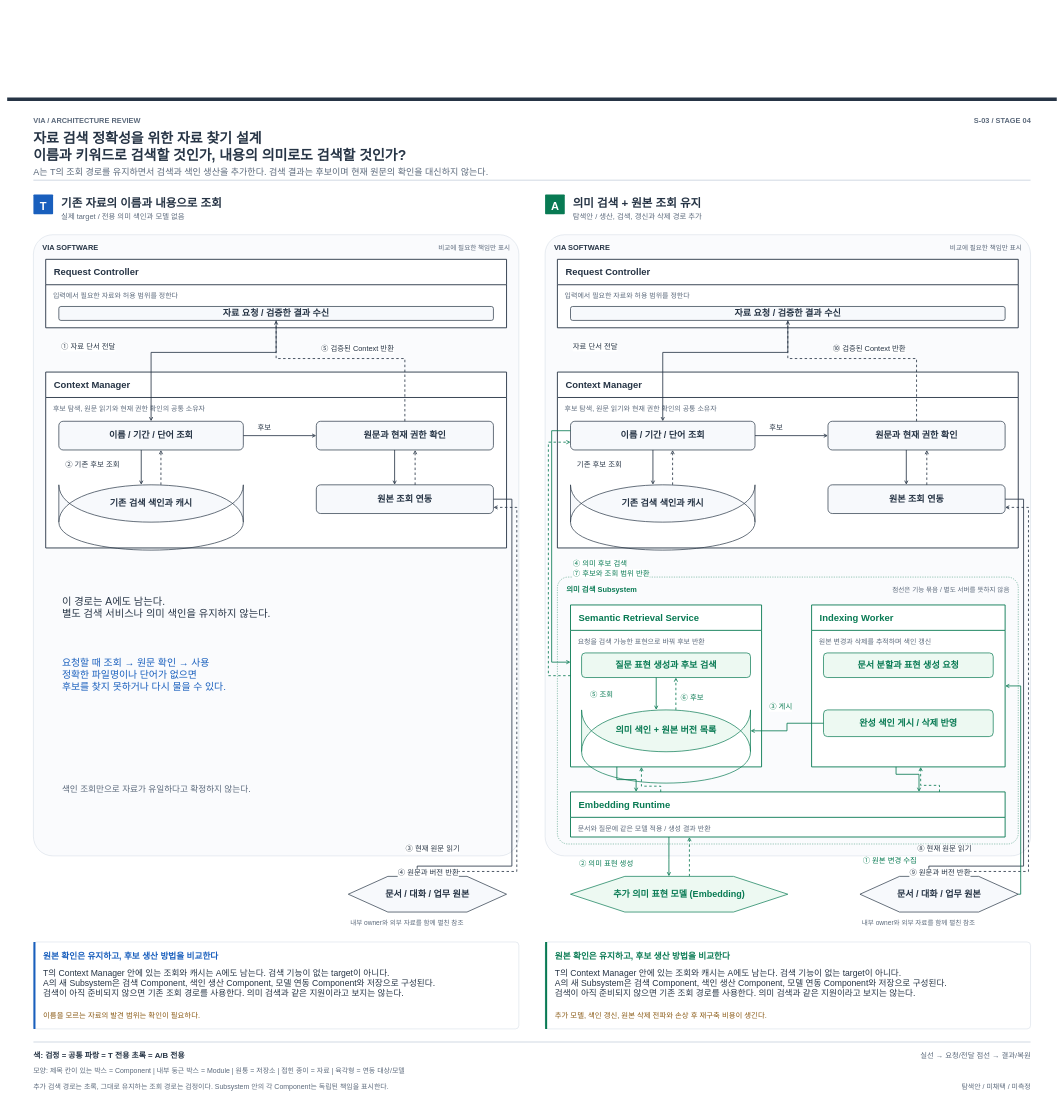
cbyche/via-sw-architecture keeps this draw.io diagram as docs/architecture/12-decisions/decision-packages/diagrams/stage4-s03-comparison.drawio. Above is the earlier version. Source tidied: cells renumbered, new cells numbered last; positions are measured from the earlier drawing's top-left corner, leaving out a move shared by most shapes. Both pictures are drawn from the tidied source at 41%, with x=0, y=0 at pixel (7, 97).
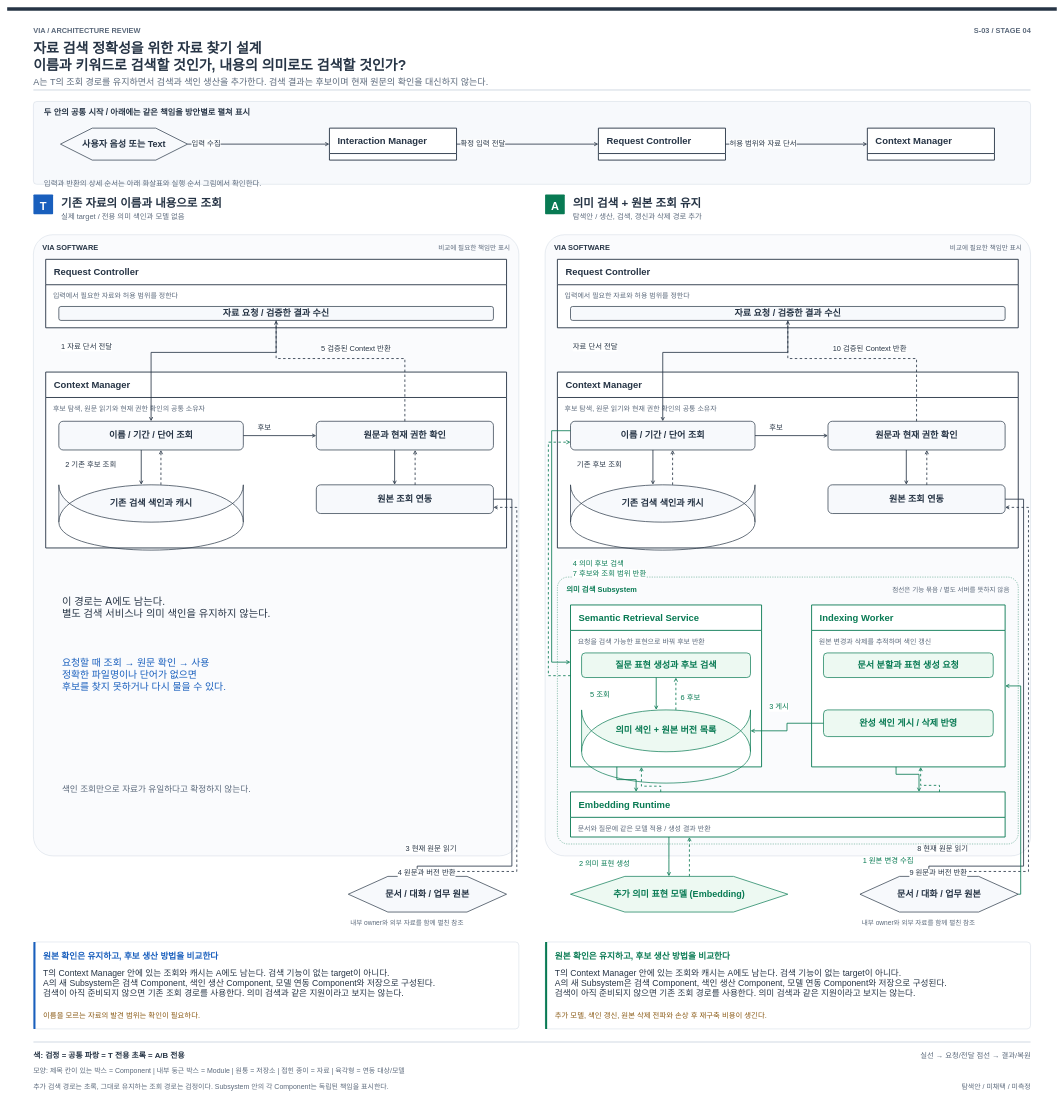
The same page after the edit.

What changed in the source:
```diff
@@
     <mxCell id="2" style="rounded=1;arcSize=4;fillColor=#263445;strokeColor=none;" parent="1" vertex="1">
-      <mxGeometry width="2560" height="9" as="geometry" />
+      <mxGeometry y="-220" width="2560" height="9" as="geometry" />
     </mxCell>
@@
+    <mxCell id="126" style="rounded=1;arcSize=4;fillColor=#F7F9FC;strokeColor=#C7D1DD;" parent="1" vertex="1">
+      <mxGeometry x="64" y="10" width="2432" height="202" as="geometry" />
+    </mxCell>
@@
+    <mxCell id="127" value="Interaction Manager" style="swimlane;html=1;startSize=62;horizontal=1;align=left;spacingLeft=18;fontSize=23;fontStyle=1;fillColor=white;swimlaneFillColor=white;strokeColor=#263445;fontColor=#263445;strokeWidth=2.2;" parent="1" vertex="1">
+      <mxGeometry x="786" y="75" width="310" height="78" as="geometry" />
+    </mxCell>
+    <mxCell id="128" value="Request Controller" style="swimlane;html=1;startSize=62;horizontal=1;align=left;spacingLeft=18;fontSize=23;fontStyle=1;fillColor=white;swimlaneFillColor=white;strokeColor=#263445;fontColor=#263445;strokeWidth=2.2;" parent="1" vertex="1">
+      <mxGeometry x="1442" y="75" width="310" height="78" as="geometry" />
+    </mxCell>
+    <mxCell id="129" value="Context Manager" style="swimlane;html=1;startSize=62;horizontal=1;align=left;spacingLeft=18;fontSize=23;fontStyle=1;fillColor=white;swimlaneFillColor=white;strokeColor=#263445;fontColor=#263445;strokeWidth=2.2;" parent="1" vertex="1">
+      <mxGeometry x="2098" y="75" width="310" height="78" as="geometry" />
+    </mxCell>
     <mxCell id="26" style="edgeStyle=none;rounded=0;strokeColor=#C7D1DD;strokeWidth=2;endArrow=none;endFill=0;" parent="1" edge="1">
       <mxGeometry relative="1" as="geometry">
-        <mxPoint x="64" y="202" as="sourcePoint" />
-        <mxPoint x="2496" y="202" as="targetPoint" />
+        <mxPoint x="64" y="-18" as="sourcePoint" />
+        <mxPoint x="2496" y="-18" as="targetPoint" />
       </mxGeometry>
     </mxCell>
@@
+    <mxCell id="130" style="edgeStyle=none;rounded=0;strokeColor=#263445;strokeWidth=2;endArrow=open;endFill=0;exitX=1.0;exitY=0.5;exitPerimeter=0;entryX=0.0;entryY=0.5;entryPerimeter=0;" parent="1" edge="1" source="133" target="127">
+      <mxGeometry relative="1" as="geometry" />
+    </mxCell>
+    <mxCell id="131" style="edgeStyle=none;rounded=0;strokeColor=#263445;strokeWidth=2;endArrow=open;endFill=0;exitX=1.0;exitY=0.5;exitPerimeter=0;entryX=0.0;entryY=0.5;entryPerimeter=0;" parent="1" edge="1" source="127" target="128">
+      <mxGeometry relative="1" as="geometry" />
+    </mxCell>
+    <mxCell id="132" style="edgeStyle=none;rounded=0;strokeColor=#263445;strokeWidth=2;endArrow=open;endFill=0;exitX=1.0;exitY=0.5;exitPerimeter=0;entryX=0.0;entryY=0.5;entryPerimeter=0;" parent="1" edge="1" source="128" target="129">
+      <mxGeometry relative="1" as="geometry" />
+    </mxCell>
@@
+    <mxCell id="133" value="사용자 음성 또는 Text" style="shape=hexagon;html=1;whiteSpace=wrap;align=center;verticalAlign=middle;fontSize=22;fontStyle=1;fillColor=#F7F9FC;strokeColor=#263445;fontColor=#263445;strokeWidth=1.7;" parent="1" vertex="1">
+      <mxGeometry x="130" y="75" width="310" height="78" as="geometry" />
+    </mxCell>
     <mxCell id="75" value="VIA  /  ARCHITECTURE REVIEW" style="text;html=1;whiteSpace=nowrap;overflow=visible;strokeColor=none;fillColor=none;labelBackgroundColor=none;fontColor=#5B697B;fontSize=18;fontStyle=1;align=left;verticalAlign=top;spacing=0;" parent="1" vertex="1">
-      <mxGeometry x="64" y="42" width="309.3" height="30.3" as="geometry" />
+      <mxGeometry x="64" y="-178" width="309.3" height="30.3" as="geometry" />
     </mxCell>
     <mxCell id="76" value="S-03  /  STAGE 04" style="text;html=1;whiteSpace=nowrap;overflow=visible;strokeColor=none;fillColor=none;labelBackgroundColor=none;fontColor=#5B697B;fontSize=18;fontStyle=1;align=right;verticalAlign=top;spacing=0;" parent="1" vertex="1">
-      <mxGeometry x="2298.3" y="42" width="197.7" height="30.3" as="geometry" />
+      <mxGeometry x="2298.3" y="-178" width="197.7" height="30.3" as="geometry" />
     </mxCell>
     <mxCell id="77" value="자료 검색 정확성을 위한 자료 찾기 설계&lt;br&gt;이름과 키워드로 검색할 것인가, 내용의 의미로도 검색할 것인가?" style="text;html=1;whiteSpace=nowrap;overflow=visible;strokeColor=none;fillColor=none;labelBackgroundColor=none;fontColor=#263445;fontSize=34;fontStyle=1;align=left;verticalAlign=top;spacing=0;" parent="1" vertex="1">
-      <mxGeometry x="64" y="75" width="1081.7" height="94" as="geometry" />
+      <mxGeometry x="64" y="-145" width="1081.7" height="94" as="geometry" />
     </mxCell>
     <mxCell id="78" value="A는 T의 조회 경로를 유지하면서 검색과 색인 생산을 추가한다. 검색 결과는 후보이며 현재 원문의 확인을 대신하지 않는다." style="text;html=1;whiteSpace=nowrap;overflow=visible;strokeColor=none;fillColor=none;labelBackgroundColor=none;fontColor=#5B697B;fontSize=22;fontStyle=0;align=left;verticalAlign=top;spacing=0;" parent="1" vertex="1">
-      <mxGeometry x="64" y="166" width="1336.8" height="35.7" as="geometry" />
+      <mxGeometry x="64" y="-54" width="1336.8" height="35.7" as="geometry" />
     </mxCell>
@@
-    <mxCell id="84" value="① 자료 단서 전달" style="text;html=1;whiteSpace=nowrap;overflow=visible;strokeColor=none;fillColor=none;labelBackgroundColor=white;fontColor=#263445;fontSize=18;fontStyle=0;align=left;verticalAlign=top;spacing=0;" parent="1" vertex="1">
+    <mxCell id="84" value="1 자료 단서 전달" style="text;html=1;whiteSpace=nowrap;overflow=visible;strokeColor=none;fillColor=none;labelBackgroundColor=white;fontColor=#263445;fontSize=18;fontStyle=0;align=left;verticalAlign=top;spacing=0;" parent="1" vertex="1">
       <mxGeometry x="132" y="593" width="160.6" height="30.3" as="geometry" />
     </mxCell>
-    <mxCell id="85" value="⑤ 검증된 Context 반환" style="text;html=1;whiteSpace=nowrap;overflow=visible;strokeColor=none;fillColor=none;labelBackgroundColor=white;fontColor=#263445;fontSize=18;fontStyle=0;align=left;verticalAlign=top;spacing=0;" parent="1" vertex="1">
+    <mxCell id="85" value="5 검증된 Context 반환" style="text;html=1;whiteSpace=nowrap;overflow=visible;strokeColor=none;fillColor=none;labelBackgroundColor=white;fontColor=#263445;fontSize=18;fontStyle=0;align=left;verticalAlign=top;spacing=0;" parent="1" vertex="1">
       <mxGeometry x="766" y="599" width="220.8" height="30.3" as="geometry" />
     </mxCell>
-    <mxCell id="86" value="② 기존 후보 조회" style="text;html=1;whiteSpace=nowrap;overflow=visible;strokeColor=none;fillColor=none;labelBackgroundColor=white;fontColor=#263445;fontSize=18;fontStyle=0;align=left;verticalAlign=top;spacing=0;" parent="1" vertex="1">
+    <mxCell id="86" value="2 기존 후보 조회" style="text;html=1;whiteSpace=nowrap;overflow=visible;strokeColor=none;fillColor=none;labelBackgroundColor=white;fontColor=#263445;fontSize=18;fontStyle=0;align=left;verticalAlign=top;spacing=0;" parent="1" vertex="1">
       <mxGeometry x="142" y="880" width="160.6" height="30.3" as="geometry" />
     </mxCell>
@@
-    <mxCell id="88" value="③ 현재 원문 읽기" style="text;html=1;whiteSpace=nowrap;overflow=visible;strokeColor=none;fillColor=none;labelBackgroundColor=white;fontColor=#263445;fontSize=18;fontStyle=0;align=left;verticalAlign=top;spacing=0;" parent="1" vertex="1">
+    <mxCell id="88" value="3 현재 원문 읽기" style="text;html=1;whiteSpace=nowrap;overflow=visible;strokeColor=none;fillColor=none;labelBackgroundColor=white;fontColor=#263445;fontSize=18;fontStyle=0;align=left;verticalAlign=top;spacing=0;" parent="1" vertex="1">
       <mxGeometry x="972" y="1818" width="160.6" height="30.3" as="geometry" />
     </mxCell>
-    <mxCell id="89" value="④ 원문과 버전 반환" style="text;html=1;whiteSpace=nowrap;overflow=visible;strokeColor=none;fillColor=none;labelBackgroundColor=white;fontColor=#263445;fontSize=18;fontStyle=0;align=left;verticalAlign=top;spacing=0;" parent="1" vertex="1">
+    <mxCell id="89" value="4 원문과 버전 반환" style="text;html=1;whiteSpace=nowrap;overflow=visible;strokeColor=none;fillColor=none;labelBackgroundColor=white;fontColor=#263445;fontSize=18;fontStyle=0;align=left;verticalAlign=top;spacing=0;" parent="1" vertex="1">
       <mxGeometry x="953" y="1877" width="178.6" height="30.3" as="geometry" />
     </mxCell>
@@
-    <mxCell id="103" value="⑩ 검증된 Context 반환" style="text;html=1;whiteSpace=nowrap;overflow=visible;strokeColor=none;fillColor=none;labelBackgroundColor=white;fontColor=#263445;fontSize=18;fontStyle=0;align=left;verticalAlign=top;spacing=0;" parent="1" vertex="1">
-      <mxGeometry x="2014" y="599" width="220.8" height="30.3" as="geometry" />
+    <mxCell id="103" value="10 검증된 Context 반환" style="text;html=1;whiteSpace=nowrap;overflow=visible;strokeColor=none;fillColor=none;labelBackgroundColor=white;fontColor=#263445;fontSize=18;fontStyle=0;align=left;verticalAlign=top;spacing=0;" parent="1" vertex="1">
+      <mxGeometry x="2014" y="599" width="231.9" height="30.3" as="geometry" />
     </mxCell>
@@
-    <mxCell id="106" value="⑧ 현재 원문 읽기" style="text;html=1;whiteSpace=nowrap;overflow=visible;strokeColor=none;fillColor=none;labelBackgroundColor=white;fontColor=#263445;fontSize=18;fontStyle=0;align=left;verticalAlign=top;spacing=0;" parent="1" vertex="1">
+    <mxCell id="106" value="8 현재 원문 읽기" style="text;html=1;whiteSpace=nowrap;overflow=visible;strokeColor=none;fillColor=none;labelBackgroundColor=white;fontColor=#263445;fontSize=18;fontStyle=0;align=left;verticalAlign=top;spacing=0;" parent="1" vertex="1">
       <mxGeometry x="2220" y="1818" width="160.6" height="30.3" as="geometry" />
     </mxCell>
-    <mxCell id="107" value="⑨ 원문과 버전 반환" style="text;html=1;whiteSpace=nowrap;overflow=visible;strokeColor=none;fillColor=none;labelBackgroundColor=white;fontColor=#263445;fontSize=18;fontStyle=0;align=left;verticalAlign=top;spacing=0;" parent="1" vertex="1">
+    <mxCell id="107" value="9 원문과 버전 반환" style="text;html=1;whiteSpace=nowrap;overflow=visible;strokeColor=none;fillColor=none;labelBackgroundColor=white;fontColor=#263445;fontSize=18;fontStyle=0;align=left;verticalAlign=top;spacing=0;" parent="1" vertex="1">
       <mxGeometry x="2201" y="1877" width="178.6" height="30.3" as="geometry" />
     </mxCell>
@@
-    <mxCell id="110" value="⑤ 조회" style="text;html=1;whiteSpace=nowrap;overflow=visible;strokeColor=none;fillColor=none;labelBackgroundColor=white;fontColor=#087A53;fontSize=18;fontStyle=0;align=left;verticalAlign=top;spacing=0;" parent="1" vertex="1">
+    <mxCell id="110" value="5 조회" style="text;html=1;whiteSpace=nowrap;overflow=visible;strokeColor=none;fillColor=none;labelBackgroundColor=white;fontColor=#087A53;fontSize=18;fontStyle=0;align=left;verticalAlign=top;spacing=0;" parent="1" vertex="1">
       <mxGeometry x="1422" y="1443" width="66.3" height="30.3" as="geometry" />
     </mxCell>
-    <mxCell id="111" value="⑥ 후보" style="text;html=1;whiteSpace=nowrap;overflow=visible;strokeColor=none;fillColor=none;labelBackgroundColor=white;fontColor=#087A53;fontSize=18;fontStyle=0;align=left;verticalAlign=top;spacing=0;" parent="1" vertex="1">
+    <mxCell id="111" value="6 후보" style="text;html=1;whiteSpace=nowrap;overflow=visible;strokeColor=none;fillColor=none;labelBackgroundColor=white;fontColor=#087A53;fontSize=18;fontStyle=0;align=left;verticalAlign=top;spacing=0;" parent="1" vertex="1">
       <mxGeometry x="1643" y="1450" width="66.3" height="30.3" as="geometry" />
     </mxCell>
-    <mxCell id="112" value="③ 게시" style="text;html=1;whiteSpace=nowrap;overflow=visible;strokeColor=none;fillColor=none;labelBackgroundColor=white;fontColor=#087A53;fontSize=18;fontStyle=0;align=left;verticalAlign=top;spacing=0;" parent="1" vertex="1">
+    <mxCell id="112" value="3 게시" style="text;html=1;whiteSpace=nowrap;overflow=visible;strokeColor=none;fillColor=none;labelBackgroundColor=white;fontColor=#087A53;fontSize=18;fontStyle=0;align=left;verticalAlign=top;spacing=0;" parent="1" vertex="1">
       <mxGeometry x="1859" y="1472" width="66.3" height="30.3" as="geometry" />
     </mxCell>
-    <mxCell id="113" value="④ 의미 후보 검색" style="text;html=1;whiteSpace=nowrap;overflow=visible;strokeColor=none;fillColor=none;labelBackgroundColor=white;fontColor=#087A53;fontSize=18;fontStyle=0;align=left;verticalAlign=top;spacing=0;" parent="1" vertex="1">
+    <mxCell id="113" value="4 의미 후보 검색" style="text;html=1;whiteSpace=nowrap;overflow=visible;strokeColor=none;fillColor=none;labelBackgroundColor=white;fontColor=#087A53;fontSize=18;fontStyle=0;align=left;verticalAlign=top;spacing=0;" parent="1" vertex="1">
       <mxGeometry x="1380" y="1123" width="160.6" height="30.3" as="geometry" />
     </mxCell>
-    <mxCell id="114" value="⑦ 후보와 조회 범위 반환" style="text;html=1;whiteSpace=nowrap;overflow=visible;strokeColor=none;fillColor=none;labelBackgroundColor=white;fontColor=#087A53;fontSize=18;fontStyle=0;align=left;verticalAlign=top;spacing=0;" parent="1" vertex="1">
+    <mxCell id="114" value="7 후보와 조회 범위 반환" style="text;html=1;whiteSpace=nowrap;overflow=visible;strokeColor=none;fillColor=none;labelBackgroundColor=white;fontColor=#087A53;fontSize=18;fontStyle=0;align=left;verticalAlign=top;spacing=0;" parent="1" vertex="1">
       <mxGeometry x="1380" y="1146" width="225.8" height="30.3" as="geometry" />
     </mxCell>
-    <mxCell id="115" value="① 원본 변경 수집" style="text;html=1;whiteSpace=nowrap;overflow=visible;strokeColor=none;fillColor=none;labelBackgroundColor=white;fontColor=#087A53;fontSize=18;fontStyle=0;align=left;verticalAlign=top;spacing=0;" parent="1" vertex="1">
+    <mxCell id="115" value="1 원본 변경 수집" style="text;html=1;whiteSpace=nowrap;overflow=visible;strokeColor=none;fillColor=none;labelBackgroundColor=white;fontColor=#087A53;fontSize=18;fontStyle=0;align=left;verticalAlign=top;spacing=0;" parent="1" vertex="1">
       <mxGeometry x="2087" y="1847" width="160.6" height="30.3" as="geometry" />
     </mxCell>
-    <mxCell id="116" value="② 의미 표현 생성" style="text;html=1;whiteSpace=nowrap;overflow=visible;strokeColor=none;fillColor=none;labelBackgroundColor=white;fontColor=#087A53;fontSize=18;fontStyle=0;align=left;verticalAlign=top;spacing=0;" parent="1" vertex="1">
+    <mxCell id="116" value="2 의미 표현 생성" style="text;html=1;whiteSpace=nowrap;overflow=visible;strokeColor=none;fillColor=none;labelBackgroundColor=white;fontColor=#087A53;fontSize=18;fontStyle=0;align=left;verticalAlign=top;spacing=0;" parent="1" vertex="1">
       <mxGeometry x="1395" y="1854" width="160.6" height="30.3" as="geometry" />
     </mxCell>
@@
+    <mxCell id="134" value="두 안의 공통 시작 / 아래에는 같은 책임을 방안별로 펼쳐 표시" style="text;html=1;whiteSpace=nowrap;overflow=visible;strokeColor=none;fillColor=none;labelBackgroundColor=none;fontColor=#263445;fontSize=20;fontStyle=1;align=left;verticalAlign=top;spacing=0;" parent="1" vertex="1">
+      <mxGeometry x="90" y="20" width="624.4" height="33" as="geometry" />
+    </mxCell>
+    <mxCell id="135" value="입력 수집" style="text;html=1;whiteSpace=nowrap;overflow=visible;strokeColor=none;fillColor=none;labelBackgroundColor=white;fontColor=#263445;fontSize=18;fontStyle=0;align=left;verticalAlign=top;spacing=0;" parent="1" vertex="1">
+      <mxGeometry x="450" y="98" width="91.2" height="30.3" as="geometry" />
+    </mxCell>
+    <mxCell id="136" value="확정 입력 전달" style="text;html=1;whiteSpace=nowrap;overflow=visible;strokeColor=none;fillColor=none;labelBackgroundColor=white;fontColor=#263445;fontSize=18;fontStyle=0;align=left;verticalAlign=top;spacing=0;" parent="1" vertex="1">
+      <mxGeometry x="1106" y="98" width="138.3" height="30.3" as="geometry" />
+    </mxCell>
+    <mxCell id="137" value="허용 범위와 자료 단서" style="text;html=1;whiteSpace=nowrap;overflow=visible;strokeColor=none;fillColor=none;labelBackgroundColor=white;fontColor=#263445;fontSize=18;fontStyle=0;align=left;verticalAlign=top;spacing=0;" parent="1" vertex="1">
+      <mxGeometry x="1762" y="98" width="203.5" height="30.3" as="geometry" />
+    </mxCell>
+    <mxCell id="138" value="입력과 반환의 상세 순서는 아래 화살표와 실행 순서 그림에서 확인한다." style="text;html=1;whiteSpace=nowrap;overflow=visible;strokeColor=none;fillColor=none;labelBackgroundColor=none;fontColor=#5B697B;fontSize=18;fontStyle=0;align=left;verticalAlign=top;spacing=0;" parent="1" vertex="1">
+      <mxGeometry x="90" y="195" width="641.6" height="30.3" as="geometry" />
+    </mxCell>
```
